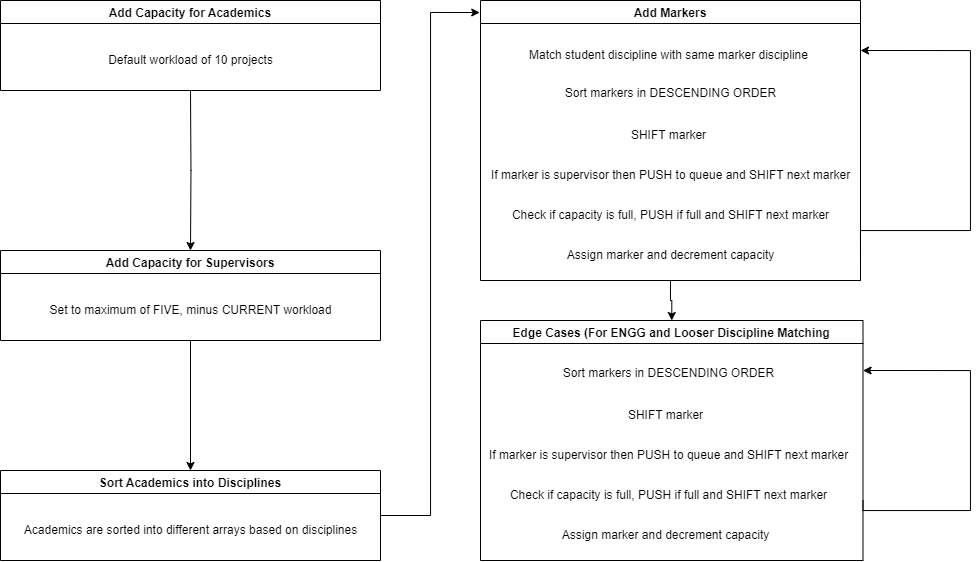
Before: markerAlgorithmFlow.png, a diagram exported from draw.io (zuxRu/comp4050). Source tidied: cells renumbered, new cells last; positions are measured from the earlier drawing's top-left corner, leaving out a move shared by most shapes. Source of this version:
```xml
<mxGraphModel>
  <root>
    <mxCell id="0" />
    <mxCell id="1" parent="0" />
    <mxCell id="2" value="Add Capacity for Academics" style="swimlane;" parent="1" vertex="1">
      <mxGeometry width="380" height="90" as="geometry" />
    </mxCell>
    <mxCell id="3" value="Default workload of 10 projects" style="text;html=1;align=center;verticalAlign=middle;strokeColor=none;fillColor=none;" parent="2" vertex="1">
      <mxGeometry x="95" y="45" width="190" height="30" as="geometry" />
    </mxCell>
    <mxCell id="4" style="edgeStyle=orthogonalEdgeStyle;rounded=0;jettySize=auto;html=1;entryX=0.5;entryY=0;entryDx=0;entryDy=0;" parent="1" edge="1" source="5" target="7">
      <mxGeometry relative="1" as="geometry" />
    </mxCell>
    <mxCell id="5" value="Add Capacity for Supervisors" style="swimlane;" parent="1" vertex="1">
      <mxGeometry y="250" width="380" height="90" as="geometry" />
    </mxCell>
    <mxCell id="6" value="Set to maximum of FIVE, minus CURRENT workload" style="text;html=1;align=center;verticalAlign=middle;strokeColor=none;fillColor=none;" parent="5" vertex="1">
      <mxGeometry x="35" y="45" width="310" height="30" as="geometry" />
    </mxCell>
    <mxCell id="7" value="Sort Academics into Disciplines" style="swimlane;" parent="1" vertex="1">
      <mxGeometry y="470" width="380" height="90" as="geometry" />
    </mxCell>
    <mxCell id="8" value="Academics are sorted into different arrays based on disciplines" style="text;html=1;align=center;verticalAlign=middle;strokeColor=none;fillColor=none;" parent="7" vertex="1">
      <mxGeometry x="10" y="45" width="360" height="30" as="geometry" />
    </mxCell>
    <mxCell id="9" style="edgeStyle=orthogonalEdgeStyle;rounded=0;jettySize=auto;html=1;exitX=0.5;exitY=1;exitDx=0;exitDy=0;entryX=0.5;entryY=0;entryDx=0;entryDy=0;" parent="1" edge="1" source="10" target="18">
      <mxGeometry relative="1" as="geometry" />
    </mxCell>
    <mxCell id="10" value="Add Markers" style="swimlane;" parent="1" vertex="1">
      <mxGeometry x="480" width="380" height="280" as="geometry" />
    </mxCell>
    <mxCell id="11" value="Sort markers in DESCENDING ORDER&lt;br&gt;&lt;br&gt;" style="text;html=1;align=center;verticalAlign=middle;strokeColor=none;fillColor=none;" parent="10" vertex="1">
      <mxGeometry x="75" y="80" width="230" height="40" as="geometry" />
    </mxCell>
    <mxCell id="12" value="Check if capacity is full, PUSH if full and SHIFT next marker" style="text;html=1;align=center;verticalAlign=middle;strokeColor=none;fillColor=none;" parent="10" vertex="1">
      <mxGeometry x="20" y="200" width="340" height="30" as="geometry" />
    </mxCell>
    <mxCell id="13" value="If marker is supervisor then PUSH to queue and SHIFT next marker" style="text;html=1;align=center;verticalAlign=middle;strokeColor=none;fillColor=none;" parent="10" vertex="1">
      <mxGeometry y="160" width="380" height="30" as="geometry" />
    </mxCell>
    <mxCell id="14" value="SHIFT marker" style="text;html=1;align=center;verticalAlign=middle;strokeColor=none;fillColor=none;" parent="10" vertex="1">
      <mxGeometry x="137.5" y="120" width="100" height="30" as="geometry" />
    </mxCell>
    <mxCell id="15" value="Assign marker and decrement capacity" style="text;html=1;align=center;verticalAlign=middle;strokeColor=none;fillColor=none;" parent="10" vertex="1">
      <mxGeometry x="75" y="240" width="230" height="30" as="geometry" />
    </mxCell>
    <mxCell id="16" value="Match student discipline with same marker discipline" style="text;html=1;align=center;verticalAlign=middle;strokeColor=none;fillColor=none;" parent="10" vertex="1">
      <mxGeometry x="37.5" y="40" width="300" height="30" as="geometry" />
    </mxCell>
    <mxCell id="17" style="edgeStyle=orthogonalEdgeStyle;rounded=0;jettySize=auto;html=1;exitX=1;exitY=0.75;exitDx=0;exitDy=0;" parent="1" edge="1" source="18">
      <mxGeometry relative="1" as="geometry">
        <mxPoint x="862.6" y="370" as="targetPoint" />
        <Array as="points">
          <mxPoint x="862" y="510" />
          <mxPoint x="970" y="510" />
          <mxPoint x="970" y="370" />
        </Array>
      </mxGeometry>
    </mxCell>
    <mxCell id="18" value="Edge Cases (For ENGG and Looser Discipline Matching" style="swimlane;" parent="1" vertex="1">
      <mxGeometry x="480" y="320" width="382.5" height="240" as="geometry" />
    </mxCell>
    <mxCell id="19" value="Sort markers in DESCENDING ORDER&lt;br&gt;&lt;br&gt;" style="text;html=1;align=center;verticalAlign=middle;strokeColor=none;fillColor=none;" parent="18" vertex="1">
      <mxGeometry x="72.5" y="40" width="230" height="40" as="geometry" />
    </mxCell>
    <mxCell id="20" value="Check if capacity is full, PUSH if full and SHIFT next marker" style="text;html=1;align=center;verticalAlign=middle;strokeColor=none;fillColor=none;" parent="18" vertex="1">
      <mxGeometry x="17.5" y="160" width="340" height="30" as="geometry" />
    </mxCell>
    <mxCell id="21" value="If marker is supervisor then PUSH to queue and SHIFT next marker" style="text;html=1;align=center;verticalAlign=middle;strokeColor=none;fillColor=none;" parent="18" vertex="1">
      <mxGeometry x="-2.5" y="120" width="380" height="30" as="geometry" />
    </mxCell>
    <mxCell id="22" value="SHIFT marker" style="text;html=1;align=center;verticalAlign=middle;strokeColor=none;fillColor=none;" parent="18" vertex="1">
      <mxGeometry x="135" y="80" width="100" height="30" as="geometry" />
    </mxCell>
    <mxCell id="23" value="Assign marker and decrement capacity" style="text;html=1;align=center;verticalAlign=middle;strokeColor=none;fillColor=none;" parent="18" vertex="1">
      <mxGeometry x="70" y="200" width="230" height="30" as="geometry" />
    </mxCell>
    <mxCell id="24" style="edgeStyle=orthogonalEdgeStyle;rounded=0;jettySize=auto;html=1;entryX=0.5;entryY=0;entryDx=0;entryDy=0;" parent="1" edge="1" target="5">
      <mxGeometry relative="1" as="geometry">
        <mxPoint x="190" y="90" as="sourcePoint" />
      </mxGeometry>
    </mxCell>
    <mxCell id="25" style="edgeStyle=orthogonalEdgeStyle;rounded=0;jettySize=auto;html=1;entryX=-0.002;entryY=0.043;entryDx=0;entryDy=0;entryPerimeter=0;exitX=1;exitY=0.5;exitDx=0;exitDy=0;" parent="1" edge="1" source="7" target="10">
      <mxGeometry relative="1" as="geometry" />
    </mxCell>
    <mxCell id="26" style="edgeStyle=orthogonalEdgeStyle;rounded=0;jettySize=auto;html=1;exitX=1;exitY=1;exitDx=0;exitDy=0;" parent="1" edge="1" source="10">
      <mxGeometry relative="1" as="geometry">
        <mxPoint x="860" y="50" as="targetPoint" />
        <Array as="points">
          <mxPoint x="860" y="230" />
          <mxPoint x="970" y="230" />
          <mxPoint x="970" y="50" />
        </Array>
      </mxGeometry>
    </mxCell>
  </root>
</mxGraphModel>
```
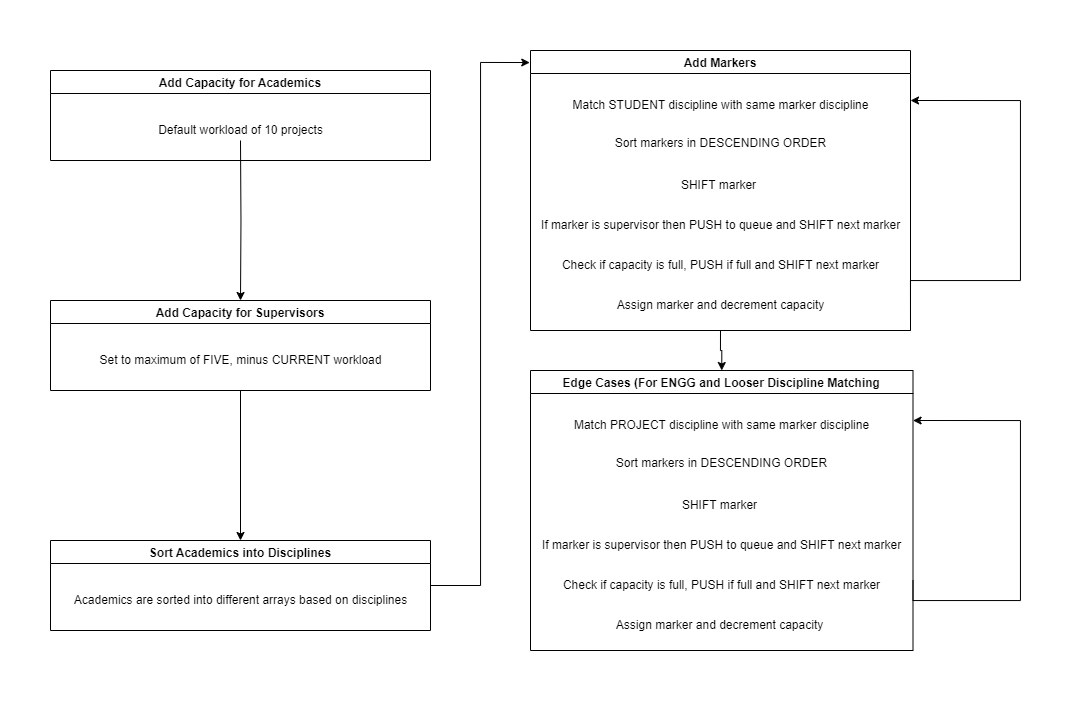
Later version of the same file.

Commit message:
flow diagram for demo

What changed in the source:
```diff
@@ -3,7 +3,7 @@
     <mxCell id="0" />
     <mxCell id="1" parent="0" />
     <mxCell id="2" value="Add Capacity for Academics" style="swimlane;" parent="1" vertex="1">
-      <mxGeometry width="380" height="90" as="geometry" />
+      <mxGeometry y="20" width="380" height="90" as="geometry" />
     </mxCell>
     <mxCell id="3" value="Default workload of 10 projects" style="text;html=1;align=center;verticalAlign=middle;strokeColor=none;fillColor=none;" parent="2" vertex="1">
       <mxGeometry x="95" y="45" width="190" height="30" as="geometry" />
@@ -18,7 +18,7 @@
       <mxGeometry x="35" y="45" width="310" height="30" as="geometry" />
     </mxCell>
     <mxCell id="7" value="Sort Academics into Disciplines" style="swimlane;" parent="1" vertex="1">
-      <mxGeometry y="470" width="380" height="90" as="geometry" />
+      <mxGeometry y="490" width="380" height="90" as="geometry" />
     </mxCell>
     <mxCell id="8" value="Academics are sorted into different arrays based on disciplines" style="text;html=1;align=center;verticalAlign=middle;strokeColor=none;fillColor=none;" parent="7" vertex="1">
       <mxGeometry x="10" y="45" width="360" height="30" as="geometry" />
@@ -44,37 +44,40 @@
     <mxCell id="15" value="Assign marker and decrement capacity" style="text;html=1;align=center;verticalAlign=middle;strokeColor=none;fillColor=none;" parent="10" vertex="1">
       <mxGeometry x="75" y="240" width="230" height="30" as="geometry" />
     </mxCell>
-    <mxCell id="16" value="Match student discipline with same marker discipline" style="text;html=1;align=center;verticalAlign=middle;strokeColor=none;fillColor=none;" parent="10" vertex="1">
-      <mxGeometry x="37.5" y="40" width="300" height="30" as="geometry" />
+    <mxCell id="16" value="Match STUDENT discipline with same marker discipline" style="text;html=1;align=center;verticalAlign=middle;strokeColor=none;fillColor=none;" parent="10" vertex="1">
+      <mxGeometry x="30" y="40" width="320" height="30" as="geometry" />
     </mxCell>
     <mxCell id="17" style="edgeStyle=orthogonalEdgeStyle;rounded=0;jettySize=auto;html=1;exitX=1;exitY=0.75;exitDx=0;exitDy=0;" parent="1" edge="1" source="18">
       <mxGeometry relative="1" as="geometry">
         <mxPoint x="862.6" y="370" as="targetPoint" />
         <Array as="points">
-          <mxPoint x="862" y="510" />
-          <mxPoint x="970" y="510" />
+          <mxPoint x="862" y="550" />
+          <mxPoint x="970" y="550" />
           <mxPoint x="970" y="370" />
         </Array>
       </mxGeometry>
     </mxCell>
     <mxCell id="18" value="Edge Cases (For ENGG and Looser Discipline Matching" style="swimlane;" parent="1" vertex="1">
-      <mxGeometry x="480" y="320" width="382.5" height="240" as="geometry" />
+      <mxGeometry x="480" y="320" width="382.5" height="280" as="geometry" />
     </mxCell>
     <mxCell id="19" value="Sort markers in DESCENDING ORDER&lt;br&gt;&lt;br&gt;" style="text;html=1;align=center;verticalAlign=middle;strokeColor=none;fillColor=none;" parent="18" vertex="1">
-      <mxGeometry x="72.5" y="40" width="230" height="40" as="geometry" />
+      <mxGeometry x="76.2" y="80" width="230" height="40" as="geometry" />
     </mxCell>
     <mxCell id="20" value="Check if capacity is full, PUSH if full and SHIFT next marker" style="text;html=1;align=center;verticalAlign=middle;strokeColor=none;fillColor=none;" parent="18" vertex="1">
-      <mxGeometry x="17.5" y="160" width="340" height="30" as="geometry" />
+      <mxGeometry x="21.2" y="200" width="340" height="30" as="geometry" />
     </mxCell>
     <mxCell id="21" value="If marker is supervisor then PUSH to queue and SHIFT next marker" style="text;html=1;align=center;verticalAlign=middle;strokeColor=none;fillColor=none;" parent="18" vertex="1">
-      <mxGeometry x="-2.5" y="120" width="380" height="30" as="geometry" />
+      <mxGeometry x="1.2" y="160" width="380" height="30" as="geometry" />
     </mxCell>
     <mxCell id="22" value="SHIFT marker" style="text;html=1;align=center;verticalAlign=middle;strokeColor=none;fillColor=none;" parent="18" vertex="1">
-      <mxGeometry x="135" y="80" width="100" height="30" as="geometry" />
+      <mxGeometry x="138.8" y="120" width="100" height="30" as="geometry" />
     </mxCell>
     <mxCell id="23" value="Assign marker and decrement capacity" style="text;html=1;align=center;verticalAlign=middle;strokeColor=none;fillColor=none;" parent="18" vertex="1">
-      <mxGeometry x="70" y="200" width="230" height="30" as="geometry" />
+      <mxGeometry x="73.8" y="240" width="230" height="30" as="geometry" />
     </mxCell>
+    <mxCell id="27" value="Match PROJECT discipline with same marker discipline" style="text;html=1;align=center;verticalAlign=middle;strokeColor=none;fillColor=none;" parent="18" vertex="1">
+      <mxGeometry x="31.2" y="40" width="320" height="30" as="geometry" />
+    </mxCell>
     <mxCell id="24" style="edgeStyle=orthogonalEdgeStyle;rounded=0;jettySize=auto;html=1;entryX=0.5;entryY=0;entryDx=0;entryDy=0;" parent="1" edge="1" target="5">
       <mxGeometry relative="1" as="geometry">
         <mxPoint x="190" y="90" as="sourcePoint" />
```
